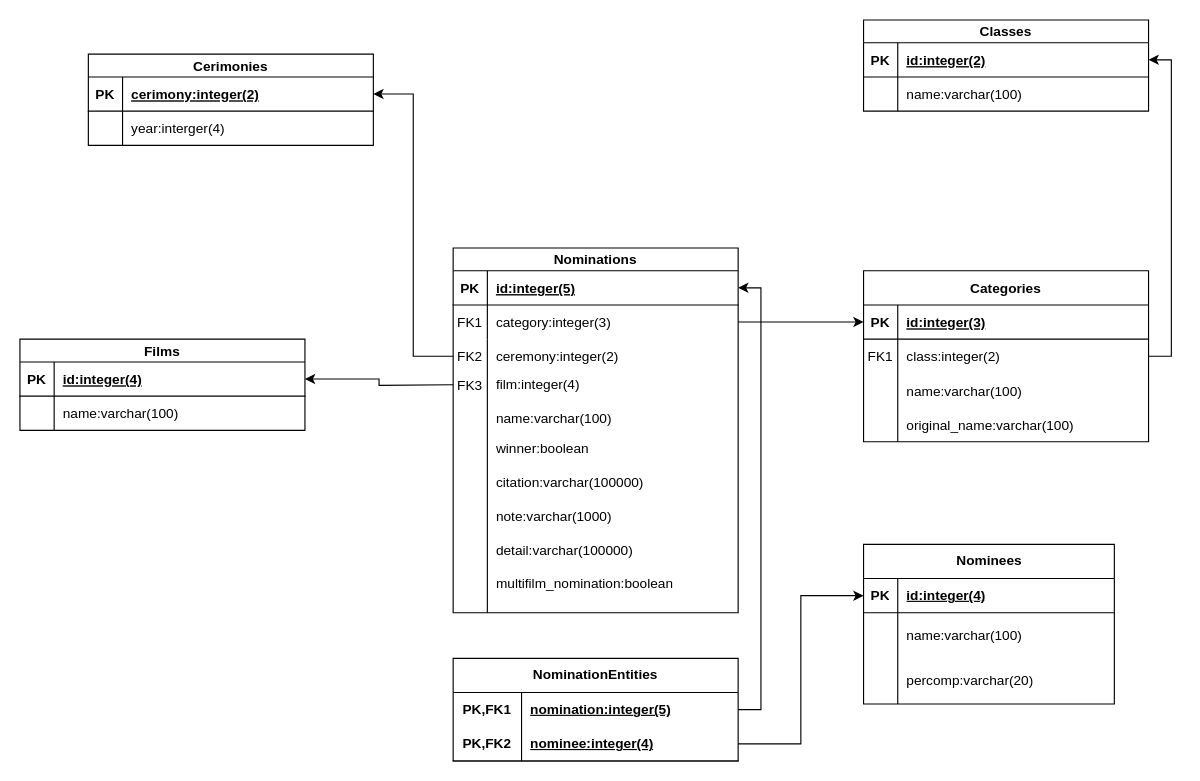
Above: modelo_relacional_oscars.drawio in QuAleAcEna/PythonAppOscars (draw.io), before the change. Source tidied: cells renumbered, new cells numbered last; positions are measured from the earlier drawing's top-left corner, leaving out a move shared by most shapes. Both pictures are drawn from the tidied source at 114%, with x=0, y=0 at pixel (19, 19).
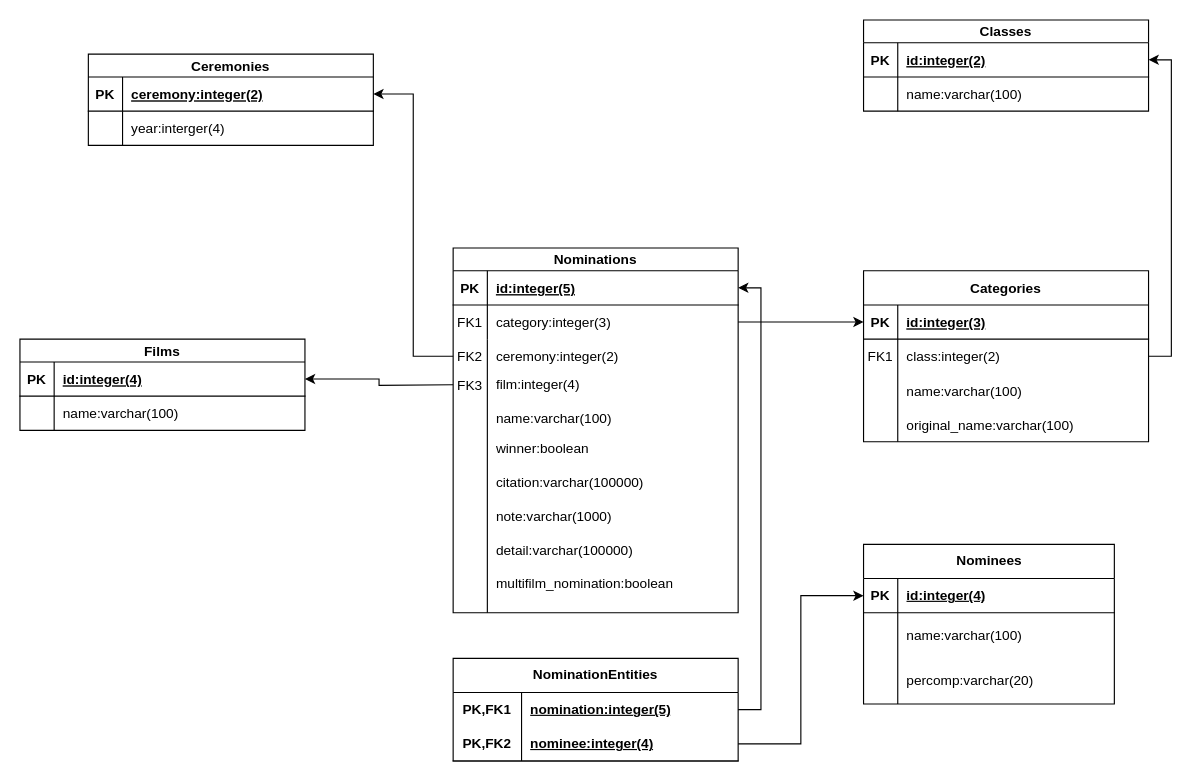
Above is the later version.

The change refers to these unchanged cells:
```xml
<mxCell id="24" style="shape=partialRectangle;fillColor=none;points=[[0,0.5],[1,0.5]];portConstraint=eastwest;top=0;left=0;right=0;bottom=1;" parent="23" vertex="1">
  <mxGeometry y="20" width="250" height="30" as="geometry" />
</mxCell>
```

Change to the diagram source:
```diff
@@
-    <mxCell id="23" value="Cerimonies" style="shape=table;startSize=20;childLayout=tableLayout;rowLines=0;fontStyle=1;align=center;" parent="1" vertex="1">
+    <mxCell id="23" value="Ceremonies" style="shape=table;startSize=20;childLayout=tableLayout;rowLines=0;fontStyle=1;align=center;" parent="1" vertex="1">
       <mxGeometry x="60" y="30" width="250" height="80" as="geometry" />
     </mxCell>
@@
-    <mxCell id="26" value="cerimony:integer(2)" style="shape=partialRectangle;overflow=hidden;fillColor=none;top=0;left=0;bottom=0;right=0;align=left;spacingLeft=6;fontStyle=5;" parent="24" vertex="1">
+    <mxCell id="26" value="ceremony:integer(2)" style="shape=partialRectangle;overflow=hidden;fillColor=none;top=0;left=0;bottom=0;right=0;align=left;spacingLeft=6;fontStyle=5;" parent="24" vertex="1">
       <mxGeometry x="30" width="220" height="30" as="geometry" />
     </mxCell>
```
